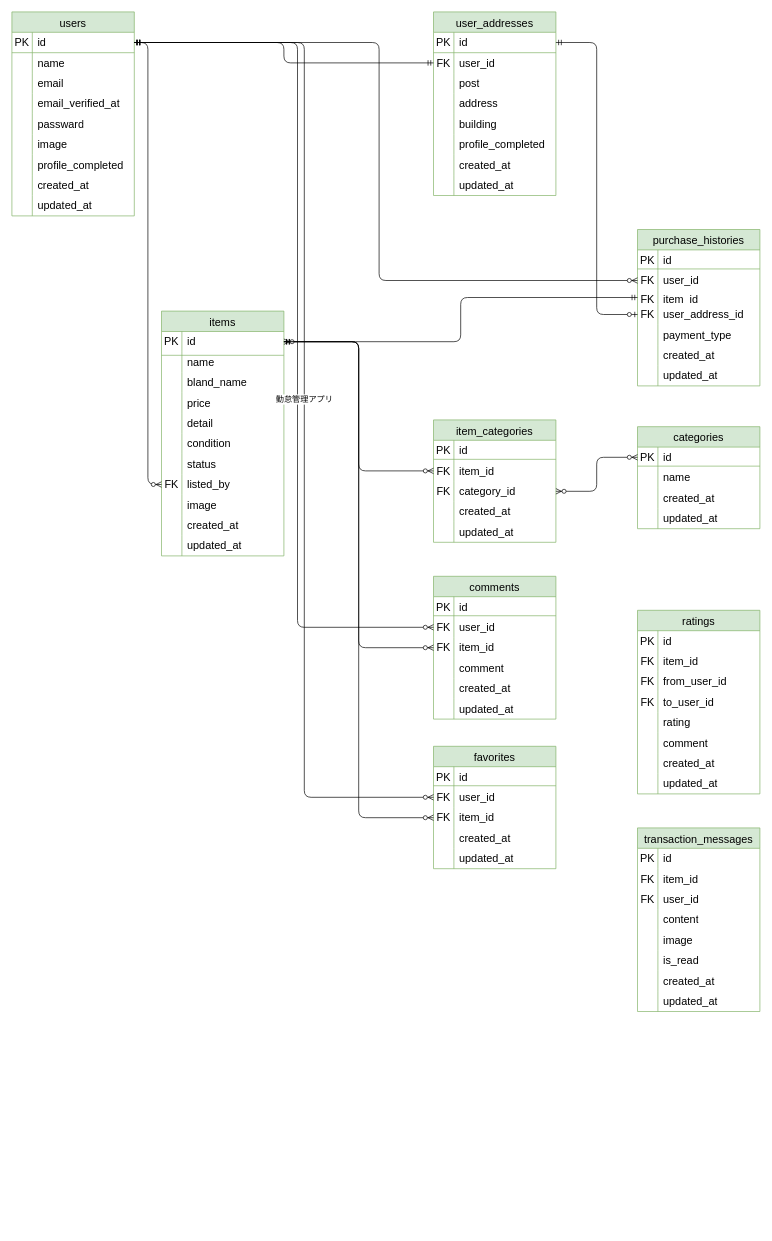
Above: ER.drawio in harukaishii/marketplace-app (draw.io), before the change. Source tidied: cells renumbered, new cells numbered last; positions are measured from the earlier drawing's top-left corner, leaving out a move shared by most shapes. Both pictures are drawn from the tidied source at 68%, with x=0, y=0 at pixel (12, 12).
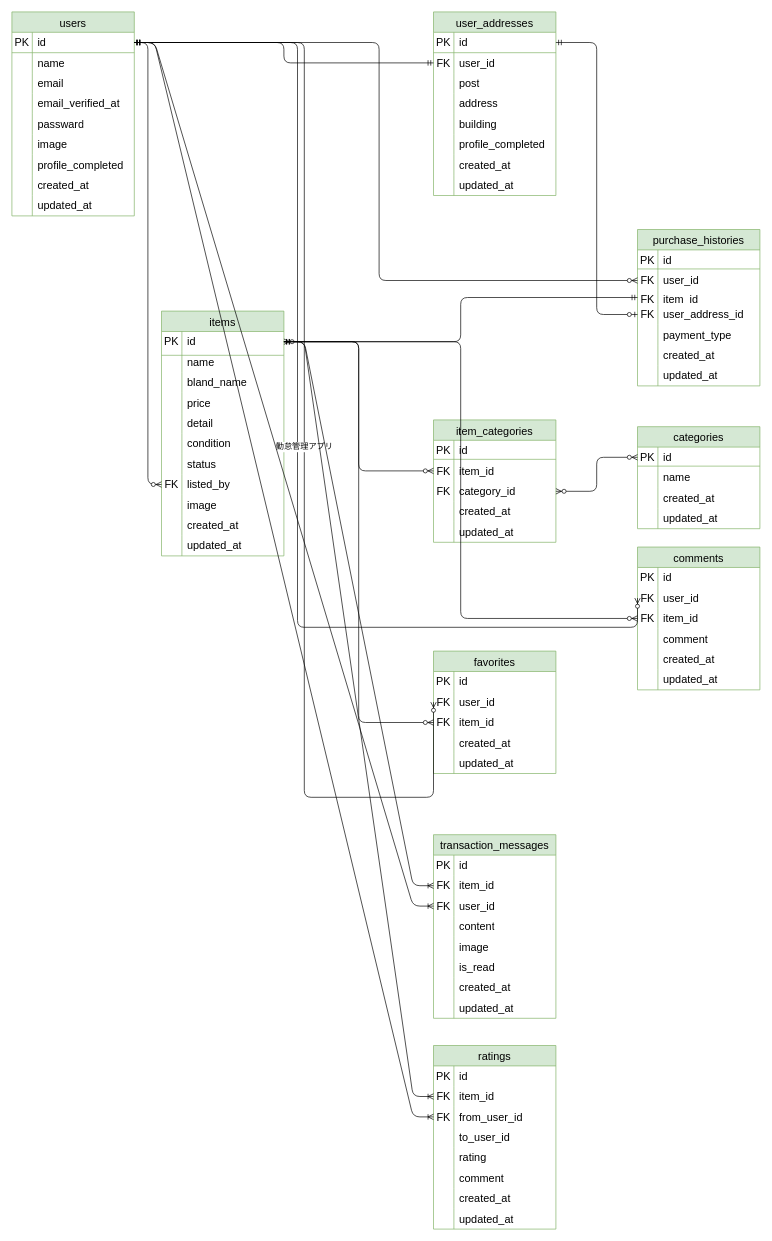
Above is the later version.

The change refers to these unchanged cells:
```xml
<mxCell id="3" style="shape=tableRow;horizontal=0;startSize=0;swimlaneHead=0;swimlaneBody=0;top=0;left=0;bottom=0;right=0;fillColor=none;points=[[0,0.5],[1,0.5]];portConstraint=eastwest;strokeColor=inherit;fontSize=16;" parent="2" vertex="1">
  <mxGeometry y="30" width="180" height="30" as="geometry" />
</mxCell>
<mxCell id="56" style="shape=tableRow;horizontal=0;startSize=0;swimlaneHead=0;swimlaneBody=0;top=0;left=0;bottom=0;right=0;fillColor=none;points=[[0,0.5],[1,0.5]];portConstraint=eastwest;strokeColor=inherit;fontSize=16;" parent="55" vertex="1">
  <mxGeometry y="30" width="180" height="30" as="geometry" />
</mxCell>
<mxCell id="199" style="shape=tableRow;horizontal=0;startSize=0;swimlaneHead=0;swimlaneBody=0;top=0;left=0;bottom=0;right=0;fillColor=none;points=[[0,0.5],[1,0.5]];portConstraint=eastwest;strokeColor=inherit;fontSize=16;" parent="195" vertex="1">
  <mxGeometry y="60" width="180" height="30" as="geometry" />
</mxCell>
<mxCell id="202" style="shape=tableRow;horizontal=0;startSize=0;swimlaneHead=0;swimlaneBody=0;top=0;left=0;bottom=0;right=0;fillColor=none;points=[[0,0.5],[1,0.5]];portConstraint=eastwest;strokeColor=inherit;fontSize=16;" parent="195" vertex="1">
  <mxGeometry y="90" width="180" height="30" as="geometry" />
</mxCell>
<mxCell id="224" style="shape=tableRow;horizontal=0;startSize=0;swimlaneHead=0;swimlaneBody=0;top=0;left=0;bottom=0;right=0;fillColor=none;points=[[0,0.5],[1,0.5]];portConstraint=eastwest;strokeColor=inherit;fontSize=16;" parent="220" vertex="1">
  <mxGeometry y="60" width="180" height="30" as="geometry" />
</mxCell>
<mxCell id="227" style="shape=tableRow;horizontal=0;startSize=0;swimlaneHead=0;swimlaneBody=0;top=0;left=0;bottom=0;right=0;fillColor=none;points=[[0,0.5],[1,0.5]];portConstraint=eastwest;strokeColor=inherit;fontSize=16;" parent="220" vertex="1">
  <mxGeometry y="90" width="180" height="30" as="geometry" />
</mxCell>
```

What changed in the source:
```diff
@@
     <mxCell id="118" value="comments" style="shape=table;startSize=30;childLayout=tableLayout;rowLines=0;fontStyle=0;strokeColor=#82b366;fontSize=16;fillColor=#d5e8d4;" parent="1" vertex="1">
-      <mxGeometry x="620" y="830" width="180" height="210" as="geometry" />
+      <mxGeometry x="920" y="787" width="180" height="210" as="geometry" />
     </mxCell>
@@
-    <mxCell id="137" style="edgeStyle=none;html=1;exitX=0.75;exitY=0;exitDx=0;exitDy=0;" parent="1" edge="1" source="138">
-      <mxGeometry relative="1" as="geometry">
-        <mxPoint x="755" y="1080" as="targetPoint" />
-      </mxGeometry>
-    </mxCell>
     <mxCell id="138" value="favorites" style="shape=table;startSize=30;childLayout=tableLayout;rowLines=0;fontStyle=0;strokeColor=#82b366;fontSize=16;fillColor=#d5e8d4;" parent="1" vertex="1">
-      <mxGeometry x="620" y="1080" width="180" height="180" as="geometry" />
+      <mxGeometry x="620" y="940" width="180" height="180" as="geometry" />
     </mxCell>
@@
-    <mxCell id="180" style="line;strokeWidth=1;html=1;fillColor=#d5e8d4;strokeColor=#82b366;" parent="1" vertex="1">
-      <mxGeometry x="620" y="1133" width="180" height="10" as="geometry" />
-    </mxCell>
-    <mxCell id="181" style="line;strokeWidth=1;html=1;fillColor=#d5e8d4;strokeColor=#82b366;" parent="1" vertex="1">
-      <mxGeometry x="620" y="883" width="180" height="10" as="geometry" />
-    </mxCell>
@@
     <mxCell id="195" value="transaction_messages" style="shape=table;startSize=30;childLayout=tableLayout;rowLines=0;fontStyle=0;strokeColor=#82b366;fontSize=16;fillColor=#d5e8d4;" parent="1" vertex="1">
-      <mxGeometry x="920" y="1200" width="180" height="270" as="geometry" />
+      <mxGeometry x="620" y="1210" width="180" height="270" as="geometry" />
     </mxCell>
@@
     <mxCell id="220" value="ratings" style="shape=table;startSize=30;childLayout=tableLayout;rowLines=0;fontStyle=0;strokeColor=#82b366;fontSize=16;fillColor=#d5e8d4;" parent="1" vertex="1">
-      <mxGeometry x="920" y="880" width="180" height="270" as="geometry" />
+      <mxGeometry x="620" y="1520" width="180" height="270" as="geometry" />
     </mxCell>
@@
-    <mxCell id="245" value="FK" style="shape=partialRectangle;html=1;whiteSpace=wrap;fillColor=none;top=0;left=0;bottom=0;right=0;overflow=hidden;strokeColor=inherit;fontSize=16;" parent="1" vertex="1">
-      <mxGeometry x="920" y="1000" width="30" height="30" as="geometry" />
-    </mxCell>
+    <mxCell id="246" style="edgeStyle=entityRelationEdgeStyle;fontSize=12;html=1;endArrow=ERoneToMany;exitX=1;exitY=0.5;exitDx=0;exitDy=0;entryX=0;entryY=0.5;entryDx=0;entryDy=0;" parent="1" edge="1" source="56" target="199">
+      <mxGeometry relative="1" as="geometry" />
+    </mxCell>
+    <mxCell id="247" style="edgeStyle=entityRelationEdgeStyle;fontSize=12;html=1;endArrow=ERoneToMany;exitX=1;exitY=0.5;exitDx=0;exitDy=0;entryX=0;entryY=0.5;entryDx=0;entryDy=0;" parent="1" edge="1" source="3" target="202">
+      <mxGeometry relative="1" as="geometry" />
+    </mxCell>
+    <mxCell id="248" style="edgeStyle=entityRelationEdgeStyle;fontSize=12;html=1;endArrow=ERoneToMany;exitX=1;exitY=0.5;exitDx=0;exitDy=0;entryX=0;entryY=0.5;entryDx=0;entryDy=0;" parent="1" edge="1" source="56" target="224">
+      <mxGeometry relative="1" as="geometry" />
+    </mxCell>
+    <mxCell id="249" style="edgeStyle=entityRelationEdgeStyle;fontSize=12;html=1;endArrow=ERoneToMany;exitX=1;exitY=0.5;exitDx=0;exitDy=0;entryX=0;entryY=0.5;entryDx=0;entryDy=0;" parent="1" edge="1" source="3" target="227">
+      <mxGeometry relative="1" as="geometry" />
+    </mxCell>
```
